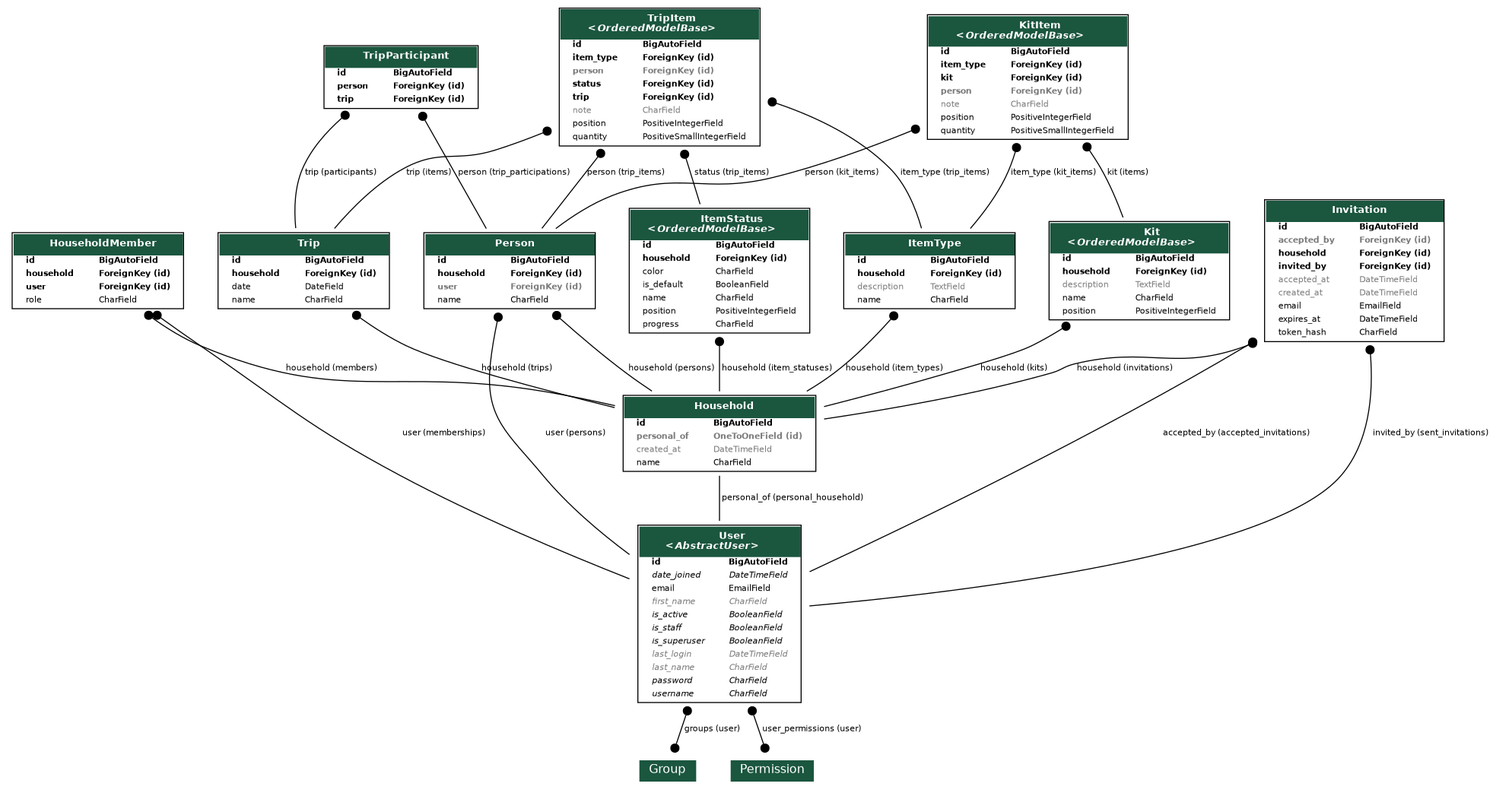
AxineTeam/tout-pris-api keeps this Graphviz diagram as docs/model/schema.png. Above is the earlier version. Its source is kept beside it as docs/model/schema.dot.
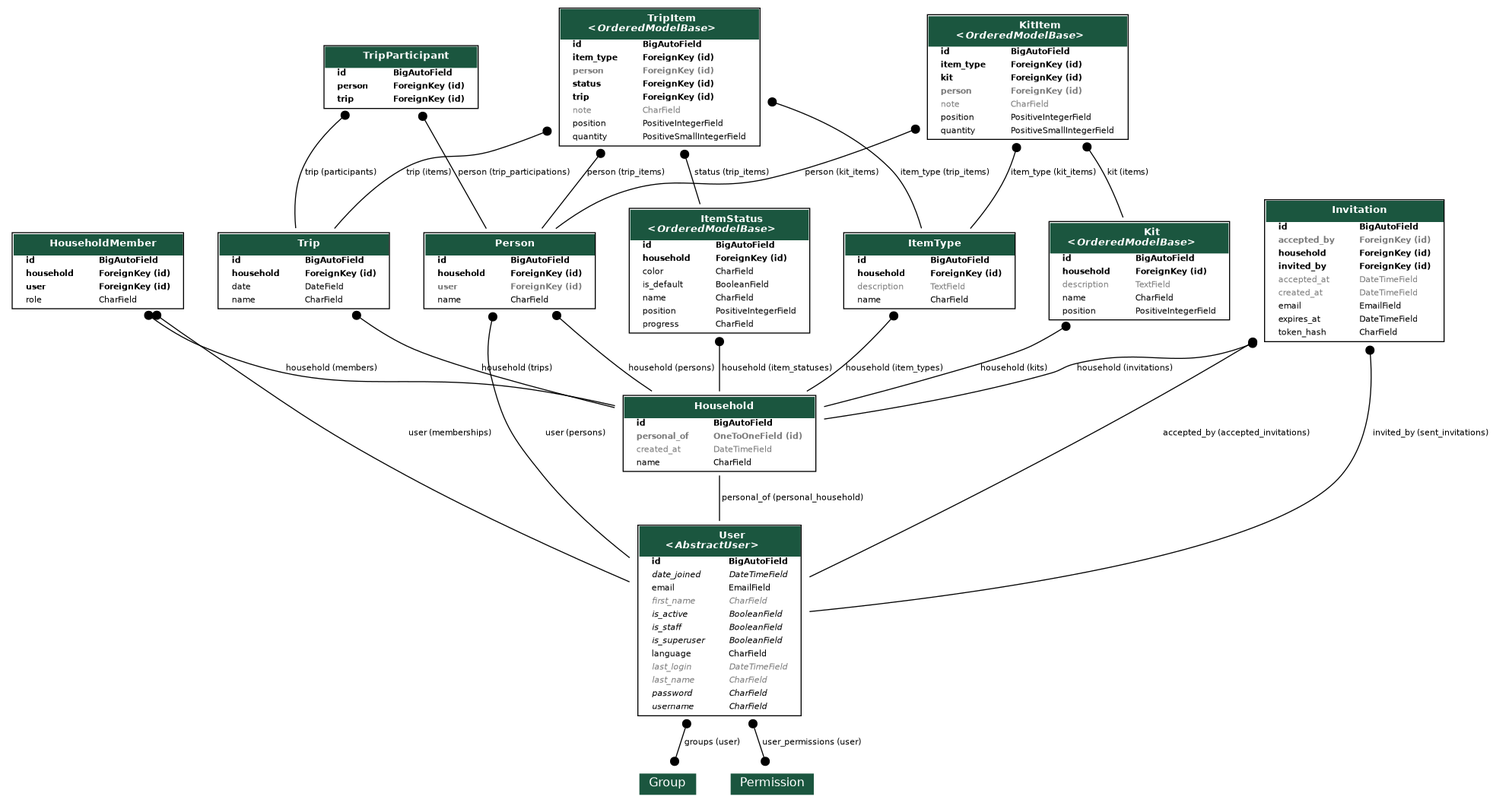
The same diagram one commit later.

Commit message:
Answer an account in the language it stored, not the one its browser asks for

Change to the diagram source:
```diff
@@ -79,6 +79,14 @@
     <FONT FACE="Roboto"><I>is_superuser</I></FONT>
     </TD><TD ALIGN="LEFT">
     <FONT FACE="Roboto"><I>BooleanField</I></FONT>
+    </TD></TR>
+
+
+
+    <TR><TD ALIGN="LEFT" BORDER="0">
+    <FONT FACE="Roboto">language</FONT>
+    </TD><TD ALIGN="LEFT">
+    <FONT FACE="Roboto">CharField</FONT>
     </TD></TR>
 
 
```
